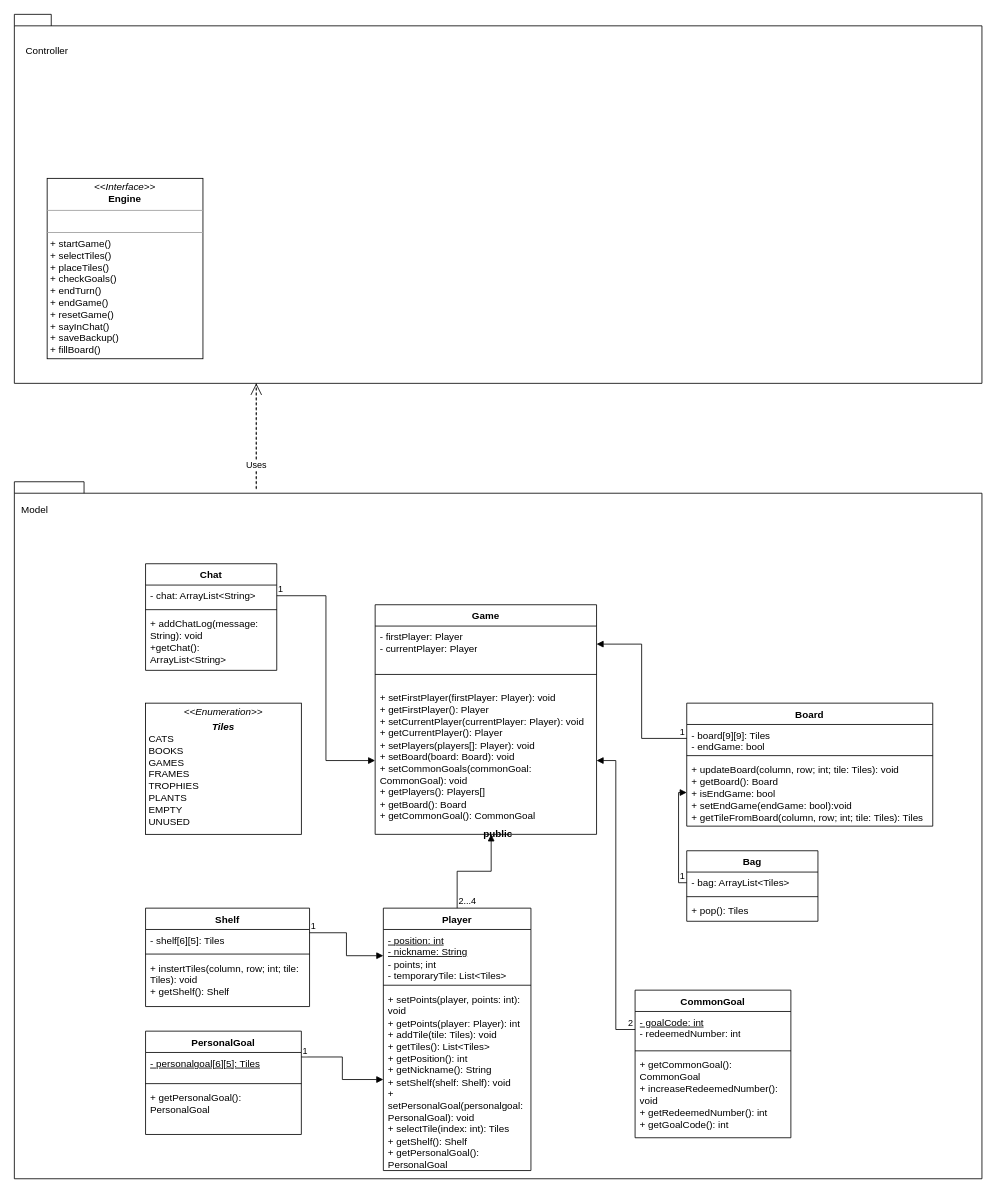
The draw.io diagram UMLs/InitialUML.drawio in Luisi-Parsani-Simoncini-Zanardi/ing-sw-2023-luisi-parsani-simoncini-zanardi, before the edit. Source tidied: cells renumbered, new cells numbered last; positions are measured from the earlier drawing's top-left corner, leaving out a move shared by most shapes. Both pictures are drawn from the tidied source at 82%, with x=0, y=0 at pixel (14, 14).
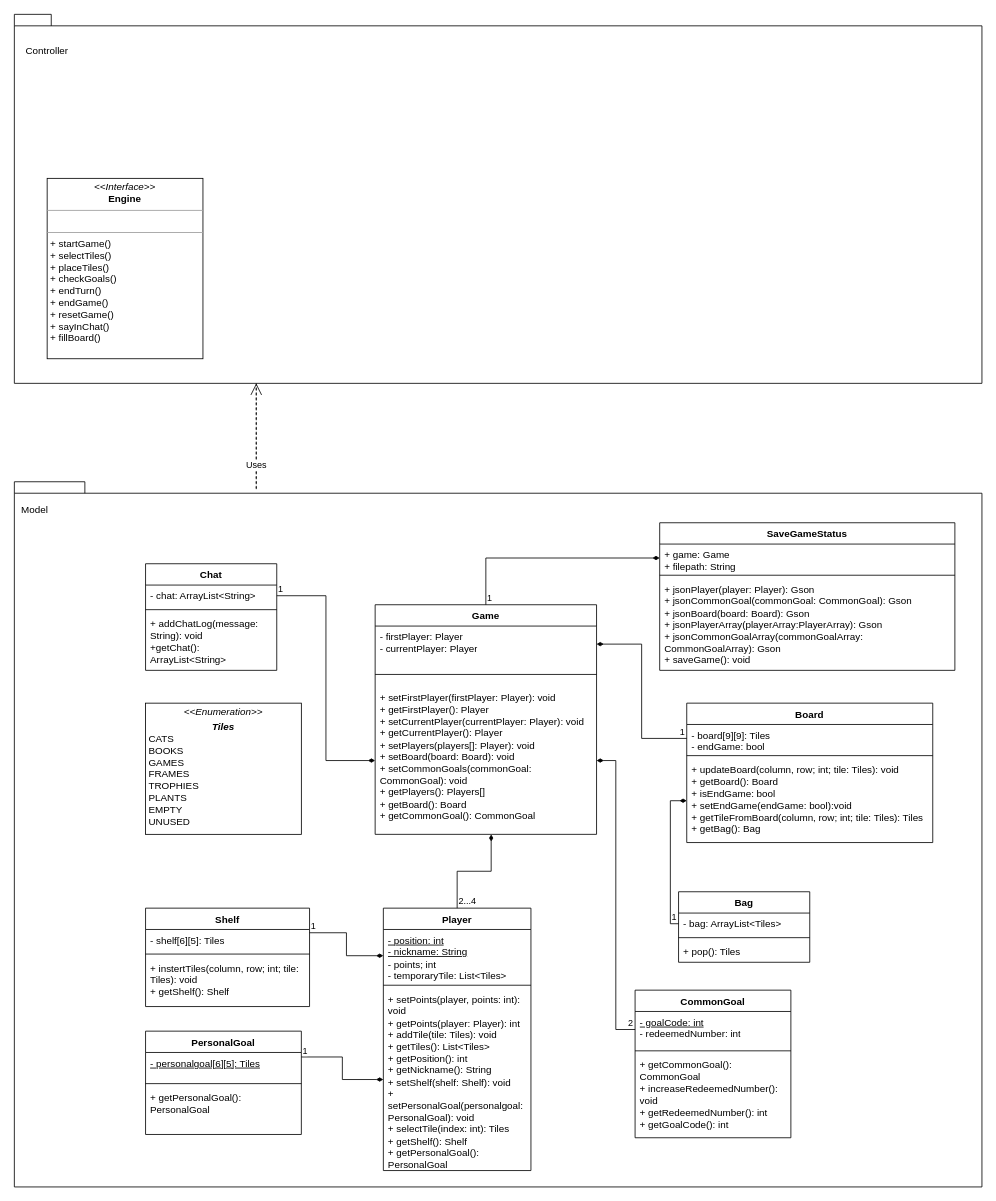
The same diagram, later.

The change refers to these unchanged cells:
```xml
<mxCell id="3" value="Game" style="swimlane;fontStyle=1;align=center;verticalAlign=top;horizontal=1;startSize=26;whiteSpace=wrap;html=1;" parent="1" vertex="1">
  <mxGeometry x="440" y="720" width="270" height="280" as="geometry" />
</mxCell>
<mxCell id="4" value="- firstPlayer: Player&lt;br&gt;- currentPlayer: Player" style="text;strokeColor=none;fillColor=none;align=left;verticalAlign=top;spacingLeft=4;spacingRight=4;overflow=hidden;points=[[0,0.5],[1,0.5]];portConstraint=eastwest;whiteSpace=wrap;html=1;" parent="3" vertex="1">
  <mxGeometry y="26" width="270" height="44" as="geometry" />
</mxCell>
<mxCell id="6" value="+ setFirstPlayer(firstPlayer: Player): void&lt;br style=&quot;border-color: var(--border-color);&quot;&gt;+ getFirstPlayer(): Player&lt;br&gt;+ setCurrentPlayer(currentPlayer: Player): void&lt;br style=&quot;border-color: var(--border-color);&quot;&gt;+ getCurrentPlayer(): Player&lt;br&gt;+ setPlayers(players[]: Player): void&lt;br&gt;+ setBoard(board: Board): void&lt;br&gt;+ setCommonGoals(commonGoal: CommonGoal): void&lt;br&gt;+ getPlayers(): Players[]&lt;br&gt;+ getBoard(): Board&lt;br&gt;+ getCommonGoal(): CommonGoal" style="text;strokeColor=none;fillColor=none;align=left;verticalAlign=top;spacingLeft=4;spacingRight=4;overflow=hidden;points=[[0,0.5],[1,0.5]];portConstraint=eastwest;whiteSpace=wrap;html=1;" parent="3" vertex="1">
  <mxGeometry y="100" width="270" height="180" as="geometry" />
</mxCell>
<mxCell id="8" value="- board[9][9]: Tiles&lt;br&gt;- endGame: bool" style="text;strokeColor=none;fillColor=none;align=left;verticalAlign=top;spacingLeft=4;spacingRight=4;overflow=hidden;points=[[0,0.5],[1,0.5]];portConstraint=eastwest;whiteSpace=wrap;html=1;" parent="7" vertex="1">
  <mxGeometry y="26" width="300" height="34" as="geometry" />
</mxCell>
<mxCell id="13" value="Shelf" style="swimlane;fontStyle=1;align=center;verticalAlign=top;horizontal=1;startSize=26;whiteSpace=wrap;html=1;" parent="1" vertex="1">
  <mxGeometry x="160" y="1090" width="200" height="120" as="geometry" />
</mxCell>
<mxCell id="19" value="PersonalGoal" style="swimlane;fontStyle=1;align=center;verticalAlign=top;horizontal=1;startSize=26;whiteSpace=wrap;html=1;" parent="1" vertex="1">
  <mxGeometry x="160" y="1240" width="190" height="126" as="geometry" />
</mxCell>
<mxCell id="26" value="&lt;u&gt;- goalCode: int&lt;/u&gt;&lt;br&gt;- redeemedNumber: int" style="text;strokeColor=none;fillColor=none;align=left;verticalAlign=top;spacingLeft=4;spacingRight=4;overflow=hidden;points=[[0,0.5],[1,0.5]];portConstraint=eastwest;whiteSpace=wrap;html=1;" parent="25" vertex="1">
  <mxGeometry y="26" width="190" height="44" as="geometry" />
</mxCell>
<mxCell id="31" value="Player" style="swimlane;fontStyle=1;align=center;verticalAlign=top;horizontal=1;startSize=26;whiteSpace=wrap;html=1;" parent="1" vertex="1">
  <mxGeometry x="450" y="1090" width="180" height="320" as="geometry" />
</mxCell>
<mxCell id="33" value="&lt;u&gt;- position: int&lt;br&gt;&lt;/u&gt;&lt;u style=&quot;border-color: var(--border-color);&quot;&gt;- nickname: String&lt;/u&gt;&lt;br&gt;- points; int&lt;br&gt;- temporaryTile: List&amp;lt;Tiles&amp;gt;&amp;nbsp;&amp;nbsp;" style="text;strokeColor=none;fillColor=none;align=left;verticalAlign=top;spacingLeft=4;spacingRight=4;overflow=hidden;points=[[0,0.5],[1,0.5]];portConstraint=eastwest;whiteSpace=wrap;html=1;" parent="31" vertex="1">
  <mxGeometry y="26" width="180" height="64" as="geometry" />
</mxCell>
<mxCell id="35" value="+ setPoints(player, points: int): void&lt;br style=&quot;border-color: var(--border-color);&quot;&gt;+ getPoints(player: Player): int&lt;br&gt;+ addTile(tile: Tiles): void&lt;br style=&quot;border-color: var(--border-color);&quot;&gt;+ getTiles(): List&amp;lt;Tiles&amp;gt;&lt;br&gt;+ getPosition(): int&lt;br&gt;+ getNickname(): String&lt;br style=&quot;border-color: var(--border-color);&quot;&gt;+ setShelf(shelf: Shelf): void&lt;br&gt;+ setPersonalGoal(personalgoal: PersonalGoal): void&lt;br&gt;+ selectTile(index: int): Tiles&lt;br&gt;+ getShelf(): Shelf&lt;br style=&quot;border-color: var(--border-color);&quot;&gt;+ getPersonalGoal(): PersonalGoal" style="text;strokeColor=none;fillColor=none;align=left;verticalAlign=top;spacingLeft=4;spacingRight=4;overflow=hidden;points=[[0,0.5],[1,0.5]];portConstraint=eastwest;whiteSpace=wrap;html=1;" parent="31" vertex="1">
  <mxGeometry y="98" width="180" height="222" as="geometry" />
</mxCell>
<mxCell id="41" value="- bag: ArrayList&amp;lt;Tiles&amp;gt;" style="text;strokeColor=none;fillColor=none;align=left;verticalAlign=top;spacingLeft=4;spacingRight=4;overflow=hidden;points=[[0,0.5],[1,0.5]];portConstraint=eastwest;whiteSpace=wrap;html=1;" parent="40" vertex="1">
  <mxGeometry y="26" width="160" height="26" as="geometry" />
</mxCell>
<mxCell id="47" value="- chat: ArrayList&amp;lt;String&amp;gt;" style="text;strokeColor=none;fillColor=none;align=left;verticalAlign=top;spacingLeft=4;spacingRight=4;overflow=hidden;points=[[0,0.5],[1,0.5]];portConstraint=eastwest;whiteSpace=wrap;html=1;" parent="46" vertex="1">
  <mxGeometry y="26" width="160" height="26" as="geometry" />
</mxCell>
```

Change to the diagram source:
```diff
@@
-    <mxCell id="2" value="public" style="shape=folder;fontStyle=1;spacingTop=10;tabWidth=40;tabHeight=14;tabPosition=left;html=1;whiteSpace=wrap;fillColor=none;" parent="1" vertex="1">
-      <mxGeometry y="570" width="1180" height="850" as="geometry" />
+    <mxCell id="2" style="shape=folder;fontStyle=1;spacingTop=10;tabWidth=40;tabHeight=14;tabPosition=left;html=1;whiteSpace=wrap;fillColor=none;" parent="1" vertex="1">
+      <mxGeometry y="570" width="1180" height="860" as="geometry" />
     </mxCell>
@@
     <mxCell id="7" value="Board" style="swimlane;fontStyle=1;align=center;verticalAlign=top;horizontal=1;startSize=26;whiteSpace=wrap;html=1;" parent="1" vertex="1">
-      <mxGeometry x="820" y="840" width="300" height="150" as="geometry" />
+      <mxGeometry x="820" y="840" width="300" height="170" as="geometry" />
     </mxCell>
@@
-    <mxCell id="10" value="+ updateBoard(column, row; int; tile: Tiles): void&lt;br style=&quot;border-color: var(--border-color);&quot;&gt;+ getBoard(): Board&lt;br&gt;+ isEndGame: bool&lt;br&gt;+ setEndGame(endGame: bool):void&lt;br&gt;+ getTileFromBoard(column, row; int; tile: Tiles): Tiles" style="text;strokeColor=none;fillColor=none;align=left;verticalAlign=top;spacingLeft=4;spacingRight=4;overflow=hidden;points=[[0,0.5],[1,0.5]];portConstraint=eastwest;whiteSpace=wrap;html=1;" parent="7" vertex="1">
-      <mxGeometry y="68" width="300" height="82" as="geometry" />
+    <mxCell id="10" value="+ updateBoard(column, row; int; tile: Tiles): void&lt;br style=&quot;border-color: var(--border-color);&quot;&gt;+ getBoard(): Board&lt;br&gt;+ isEndGame: bool&lt;br&gt;+ setEndGame(endGame: bool):void&lt;br&gt;+ getTileFromBoard(column, row; int; tile: Tiles): Tiles&lt;br&gt;+ getBag(): Bag" style="text;strokeColor=none;fillColor=none;align=left;verticalAlign=top;spacingLeft=4;spacingRight=4;overflow=hidden;points=[[0,0.5],[1,0.5]];portConstraint=eastwest;whiteSpace=wrap;html=1;" parent="7" vertex="1">
+      <mxGeometry y="68" width="300" height="102" as="geometry" />
     </mxCell>
-    <mxCell id="11" style="endArrow=block;endFill=1;html=1;edgeStyle=orthogonalEdgeStyle;align=left;verticalAlign=top;rounded=0;exitX=0;exitY=0.5;exitDx=0;exitDy=0;entryX=1;entryY=0.5;entryDx=0;entryDy=0;" parent="1" edge="1" source="8" target="4">
+    <mxCell id="11" style="endArrow=diamondThin;endFill=1;html=1;edgeStyle=orthogonalEdgeStyle;align=left;verticalAlign=top;rounded=0;exitX=0;exitY=0.5;exitDx=0;exitDy=0;entryX=1;entryY=0.5;entryDx=0;entryDy=0;" parent="1" edge="1" source="8" target="4">
       <mxGeometry x="-0.06" y="-5" relative="1" as="geometry" />
     </mxCell>
@@
-    <mxCell id="17" style="endArrow=block;endFill=1;html=1;edgeStyle=orthogonalEdgeStyle;align=left;verticalAlign=top;rounded=0;exitX=1;exitY=0.25;exitDx=0;exitDy=0;entryX=0;entryY=0.5;entryDx=0;entryDy=0;" parent="1" edge="1" source="13" target="33">
+    <mxCell id="17" style="endArrow=diamondThin;endFill=1;html=1;edgeStyle=orthogonalEdgeStyle;align=left;verticalAlign=top;rounded=0;exitX=1;exitY=0.25;exitDx=0;exitDy=0;entryX=0;entryY=0.5;entryDx=0;entryDy=0;" parent="1" edge="1" source="13" target="33">
       <mxGeometry x="-1" relative="1" as="geometry" />
     </mxCell>
@@
-    <mxCell id="23" style="endArrow=block;endFill=1;html=1;edgeStyle=orthogonalEdgeStyle;align=left;verticalAlign=top;rounded=0;exitX=1;exitY=0.25;exitDx=0;exitDy=0;entryX=0;entryY=0.5;entryDx=0;entryDy=0;" parent="1" edge="1" source="19" target="35">
+    <mxCell id="23" style="endArrow=diamondThin;endFill=1;html=1;edgeStyle=orthogonalEdgeStyle;align=left;verticalAlign=top;rounded=0;exitX=1;exitY=0.25;exitDx=0;exitDy=0;entryX=0;entryY=0.5;entryDx=0;entryDy=0;" parent="1" edge="1" source="19" target="35">
       <mxGeometry x="-1" relative="1" as="geometry" />
     </mxCell>
@@
-    <mxCell id="29" style="endArrow=block;endFill=1;html=1;edgeStyle=orthogonalEdgeStyle;align=left;verticalAlign=top;rounded=0;exitX=0;exitY=0.5;exitDx=0;exitDy=0;entryX=1;entryY=0.5;entryDx=0;entryDy=0;" parent="1" edge="1" source="26" target="6">
+    <mxCell id="29" style="endArrow=diamondThin;endFill=1;html=1;edgeStyle=orthogonalEdgeStyle;align=left;verticalAlign=top;rounded=0;exitX=0;exitY=0.5;exitDx=0;exitDy=0;entryX=1;entryY=0.5;entryDx=0;entryDy=0;" parent="1" edge="1" source="26" target="6">
       <mxGeometry x="-1" relative="1" as="geometry" />
     </mxCell>
@@
-    <mxCell id="36" style="endArrow=block;endFill=1;html=1;edgeStyle=orthogonalEdgeStyle;align=left;verticalAlign=top;rounded=0;exitX=0.5;exitY=0;exitDx=0;exitDy=0;entryX=0.524;entryY=1;entryDx=0;entryDy=0;entryPerimeter=0;" parent="1" edge="1" source="31" target="6">
+    <mxCell id="36" style="endArrow=diamondThin;endFill=1;html=1;edgeStyle=orthogonalEdgeStyle;align=left;verticalAlign=top;rounded=0;exitX=0.5;exitY=0;exitDx=0;exitDy=0;entryX=0.524;entryY=1;entryDx=0;entryDy=0;entryPerimeter=0;" parent="1" edge="1" source="31" target="6">
       <mxGeometry x="-0.91" y="-5" relative="1" as="geometry" />
     </mxCell>
@@
     <mxCell id="40" value="Bag" style="swimlane;fontStyle=1;align=center;verticalAlign=top;horizontal=1;startSize=26;whiteSpace=wrap;html=1;" parent="1" vertex="1">
-      <mxGeometry x="820" y="1020" width="160" height="86" as="geometry" />
+      <mxGeometry x="810" y="1070" width="160" height="86" as="geometry" />
     </mxCell>
@@
-    <mxCell id="44" style="endArrow=block;endFill=1;html=1;edgeStyle=orthogonalEdgeStyle;align=left;verticalAlign=top;rounded=0;exitX=0;exitY=0.5;exitDx=0;exitDy=0;entryX=0;entryY=0.5;entryDx=0;entryDy=0;" parent="1" edge="1" source="41" target="10">
+    <mxCell id="44" style="endArrow=diamondThin;endFill=1;html=1;edgeStyle=orthogonalEdgeStyle;align=left;verticalAlign=top;rounded=0;exitX=0;exitY=0.5;exitDx=0;exitDy=0;entryX=0;entryY=0.5;entryDx=0;entryDy=0;" parent="1" edge="1" source="41" target="10">
       <mxGeometry x="-1" relative="1" as="geometry" />
     </mxCell>
@@
-    <mxCell id="50" style="endArrow=block;endFill=1;html=1;edgeStyle=orthogonalEdgeStyle;align=left;verticalAlign=top;rounded=0;exitX=1;exitY=0.5;exitDx=0;exitDy=0;entryX=0;entryY=0.5;entryDx=0;entryDy=0;" parent="1" edge="1" source="47" target="6">
+    <mxCell id="50" style="endArrow=diamondThin;endFill=1;html=1;edgeStyle=orthogonalEdgeStyle;align=left;verticalAlign=top;rounded=0;exitX=1;exitY=0.5;exitDx=0;exitDy=0;entryX=0;entryY=0.5;entryDx=0;entryDy=0;" parent="1" edge="1" source="47" target="6">
       <mxGeometry x="-1" relative="1" as="geometry" />
     </mxCell>
@@
-    <mxCell id="54" value="&lt;p style=&quot;margin:0px;margin-top:4px;text-align:center;&quot;&gt;&lt;i&gt;&amp;lt;&amp;lt;Interface&amp;gt;&amp;gt;&lt;/i&gt;&lt;br&gt;&lt;b&gt;Engine&lt;/b&gt;&lt;/p&gt;&lt;hr size=&quot;1&quot;&gt;&lt;p style=&quot;margin:0px;margin-left:4px;&quot;&gt;&lt;br&gt;&lt;/p&gt;&lt;hr size=&quot;1&quot;&gt;&lt;p style=&quot;margin:0px;margin-left:4px;&quot;&gt;+ startGame()&lt;/p&gt;&lt;p style=&quot;margin:0px;margin-left:4px;&quot;&gt;+ selectTiles()&lt;/p&gt;&lt;p style=&quot;margin:0px;margin-left:4px;&quot;&gt;+ placeTiles()&lt;/p&gt;&lt;p style=&quot;margin:0px;margin-left:4px;&quot;&gt;+ checkGoals()&lt;/p&gt;&lt;p style=&quot;margin:0px;margin-left:4px;&quot;&gt;+ endTurn()&lt;/p&gt;&lt;p style=&quot;margin:0px;margin-left:4px;&quot;&gt;+ endGame()&lt;/p&gt;&lt;p style=&quot;margin:0px;margin-left:4px;&quot;&gt;+ resetGame()&lt;/p&gt;&lt;p style=&quot;margin:0px;margin-left:4px;&quot;&gt;+ sayInChat()&lt;/p&gt;&lt;p style=&quot;margin:0px;margin-left:4px;&quot;&gt;+ saveBackup()&lt;/p&gt;&lt;p style=&quot;margin:0px;margin-left:4px;&quot;&gt;+ fillBoard()&lt;/p&gt;" style="verticalAlign=top;align=left;overflow=fill;fontSize=12;fontFamily=Helvetica;html=1;whiteSpace=wrap;fillColor=none;" parent="1" vertex="1">
+    <mxCell id="54" value="&lt;p style=&quot;margin:0px;margin-top:4px;text-align:center;&quot;&gt;&lt;i&gt;&amp;lt;&amp;lt;Interface&amp;gt;&amp;gt;&lt;/i&gt;&lt;br&gt;&lt;b&gt;Engine&lt;/b&gt;&lt;/p&gt;&lt;hr size=&quot;1&quot;&gt;&lt;p style=&quot;margin:0px;margin-left:4px;&quot;&gt;&lt;br&gt;&lt;/p&gt;&lt;hr size=&quot;1&quot;&gt;&lt;p style=&quot;margin:0px;margin-left:4px;&quot;&gt;+ startGame()&lt;/p&gt;&lt;p style=&quot;margin:0px;margin-left:4px;&quot;&gt;+ selectTiles()&lt;/p&gt;&lt;p style=&quot;margin:0px;margin-left:4px;&quot;&gt;+ placeTiles()&lt;/p&gt;&lt;p style=&quot;margin:0px;margin-left:4px;&quot;&gt;+ checkGoals()&lt;/p&gt;&lt;p style=&quot;margin:0px;margin-left:4px;&quot;&gt;+ endTurn()&lt;/p&gt;&lt;p style=&quot;margin:0px;margin-left:4px;&quot;&gt;+ endGame()&lt;/p&gt;&lt;p style=&quot;margin:0px;margin-left:4px;&quot;&gt;+ resetGame()&lt;/p&gt;&lt;p style=&quot;margin:0px;margin-left:4px;&quot;&gt;+ sayInChat()&lt;/p&gt;&lt;p style=&quot;margin:0px;margin-left:4px;&quot;&gt;+ fillBoard()&lt;/p&gt;" style="verticalAlign=top;align=left;overflow=fill;fontSize=12;fontFamily=Helvetica;html=1;whiteSpace=wrap;fillColor=none;" parent="1" vertex="1">
       <mxGeometry x="40" y="200" width="190" height="220" as="geometry" />
     </mxCell>
@@
+    <mxCell id="56" value="SaveGameStatus" style="swimlane;fontStyle=1;align=center;verticalAlign=top;horizontal=1;startSize=26;whiteSpace=wrap;html=1;" parent="1" vertex="1">
+      <mxGeometry x="787" y="620" width="360" height="180" as="geometry" />
+    </mxCell>
+    <mxCell id="57" value="+ game: Game&lt;br&gt;+ filepath: String" style="text;strokeColor=none;fillColor=none;align=left;verticalAlign=top;spacingLeft=4;spacingRight=4;overflow=hidden;points=[[0,0.5],[1,0.5]];portConstraint=eastwest;whiteSpace=wrap;html=1;" parent="56" vertex="1">
+      <mxGeometry y="26" width="360" height="34" as="geometry" />
+    </mxCell>
+    <mxCell id="58" style="line;strokeWidth=1;fillColor=none;align=left;verticalAlign=middle;spacingTop=-1;spacingLeft=3;spacingRight=3;labelPosition=right;strokeColor=inherit;" parent="56" vertex="1">
+      <mxGeometry y="60" width="360" height="8" as="geometry" />
+    </mxCell>
+    <mxCell id="59" value="+ jsonPlayer(player: Player): Gson&lt;br&gt;+ jsonCommonGoal(commonGoal: CommonGoal): Gson&lt;br&gt;+ jsonBoard(board: Board): Gson&lt;br&gt;+ jsonPlayerArray(playerArray:PlayerArray): Gson&lt;br&gt;+ jsonCommonGoalArray(commonGoalArray: CommonGoalArray): Gson&lt;br&gt;+ saveGame(): void" style="text;strokeColor=none;fillColor=none;align=left;verticalAlign=top;spacingLeft=4;spacingRight=4;overflow=hidden;whiteSpace=wrap;html=1;" parent="56" vertex="1">
+      <mxGeometry y="68" width="360" height="112" as="geometry" />
+    </mxCell>
+    <mxCell id="60" value="&lt;br&gt;" style="endArrow=diamondThin;endFill=1;html=1;edgeStyle=orthogonalEdgeStyle;align=left;verticalAlign=top;rounded=0;exitX=0.5;exitY=0;exitDx=0;exitDy=0;entryX=0;entryY=0.5;entryDx=0;entryDy=0;" parent="1" edge="1" source="3" target="57">
+      <mxGeometry x="-1" relative="1" as="geometry" />
+    </mxCell>
+    <mxCell id="61" value="1" style="edgeLabel;html=1;align=left;verticalAlign=bottom;" parent="60" vertex="1">
+      <mxGeometry x="-1" relative="1" as="geometry" />
+    </mxCell>
```
